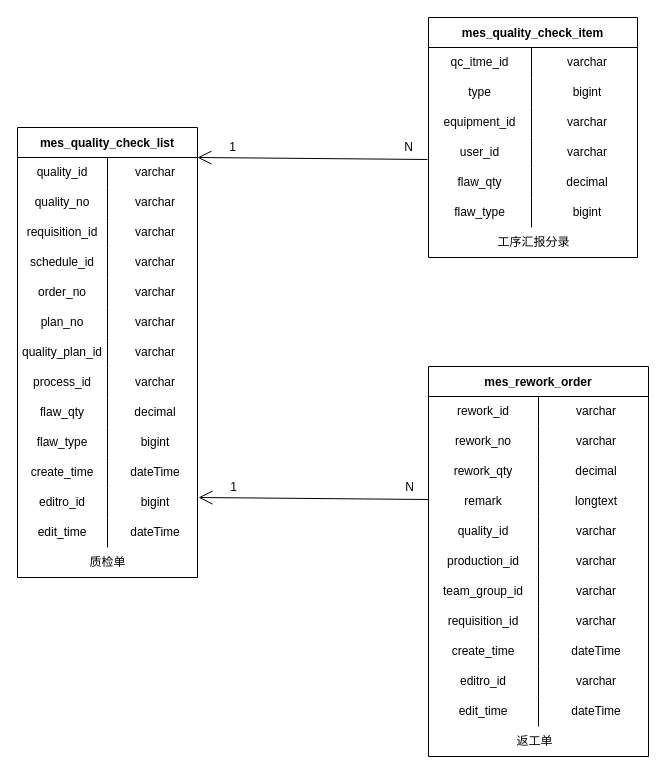
KNAI-I/test keeps this draw.io diagram as page "质检&返工单管理" (2 of 6) of 数据表.drawio. Above is the earlier version. Source tidied: cells renumbered, new cells numbered last; positions are measured from the earlier drawing's top-left corner, leaving out a move shared by most shapes. Both pictures are drawn from the tidied source at 100%, with x=0, y=0 at pixel (17, 17).
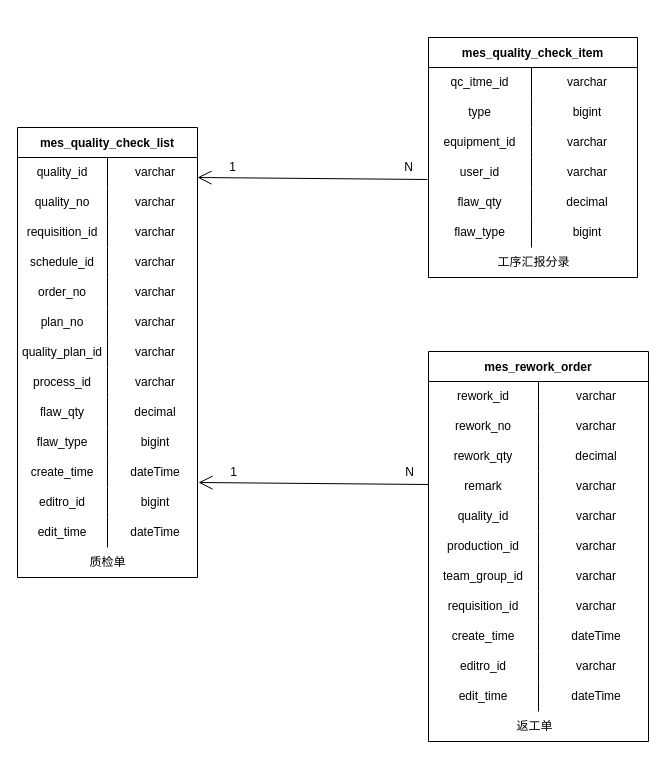
After the change.

The change refers to these unchanged cells:
```xml
<mxCell id="53" style="shape=tableRow;horizontal=0;startSize=0;swimlaneHead=0;swimlaneBody=0;top=0;left=0;bottom=0;right=0;fillColor=none;" parent="43" vertex="1">
  <mxGeometry y="120" width="220" height="30" as="geometry" />
</mxCell>
<mxCell id="88" style="shape=tableRow;horizontal=0;startSize=0;swimlaneHead=0;swimlaneBody=0;top=0;left=0;bottom=0;right=0;fillColor=none;points=[[0,0.5],[1,0.5]];portConstraint=eastwest;" parent="78" vertex="1">
  <mxGeometry y="120" width="209" height="30" as="geometry" />
</mxCell>
```

The edit, as a diff of the source:
```diff
@@
     <mxCell id="43" value="mes_rework_order" style="shape=table;startSize=30;childLayout=tableLayout;rowLines=0;fontStyle=1;" parent="1" vertex="1">
-      <mxGeometry x="411" y="349" width="220" height="390" as="geometry" />
+      <mxGeometry x="411" y="334" width="220" height="390" as="geometry" />
     </mxCell>
@@
-    <mxCell id="55" value="longtext" style="shape=partialRectangle;html=1;whiteSpace=wrap;fillColor=none;top=0;left=0;bottom=0;right=0;align=center;spacingLeft=6;overflow=hidden;" parent="53" vertex="1">
+    <mxCell id="55" value="varchar" style="shape=partialRectangle;html=1;whiteSpace=wrap;fillColor=none;top=0;left=0;bottom=0;right=0;align=center;spacingLeft=6;overflow=hidden;" parent="53" vertex="1">
       <mxGeometry x="110" width="110" height="30" as="geometry" />
     </mxCell>
@@
     <mxCell id="77" value="返工单" style="text;html=1;align=center;verticalAlign=middle;strokeColor=none;fillColor=none;" parent="1" vertex="1">
-      <mxGeometry x="487" y="709" width="60" height="30" as="geometry" />
+      <mxGeometry x="487" y="694" width="60" height="30" as="geometry" />
     </mxCell>
     <mxCell id="78" value="mes_quality_check_item" style="shape=table;startSize=30;childLayout=tableLayout;rowLines=0;fontStyle=1;" parent="1" vertex="1">
-      <mxGeometry x="411" width="209" height="240" as="geometry" />
+      <mxGeometry x="411" y="20" width="209" height="240" as="geometry" />
     </mxCell>
@@
     <mxCell id="97" value="工序汇报分录" style="text;html=1;align=center;verticalAlign=middle;strokeColor=none;fillColor=none;" parent="1" vertex="1">
-      <mxGeometry x="465.5" y="210" width="100" height="30" as="geometry" />
+      <mxGeometry x="465.5" y="230" width="100" height="30" as="geometry" />
     </mxCell>
     <mxCell id="98" style="endArrow=open;endFill=1;endSize=12;html=1;rounded=0;exitX=-0.005;exitY=0.733;exitDx=0;exitDy=0;exitPerimeter=0;" parent="1" edge="1" source="88">
       <mxGeometry relative="1" as="geometry">
-        <mxPoint x="180" y="140" as="targetPoint" />
+        <mxPoint x="180" y="160" as="targetPoint" />
       </mxGeometry>
     </mxCell>
     <mxCell id="99" value="1" style="text;html=1;align=center;verticalAlign=middle;strokeColor=none;fillColor=none;" parent="1" vertex="1">
-      <mxGeometry x="200" y="115" width="30" height="30" as="geometry" />
+      <mxGeometry x="200" y="135" width="30" height="30" as="geometry" />
     </mxCell>
     <mxCell id="100" value="N" style="text;html=1;align=center;verticalAlign=middle;strokeColor=none;fillColor=none;" parent="1" vertex="1">
-      <mxGeometry x="376" y="115" width="30" height="30" as="geometry" />
+      <mxGeometry x="376" y="135" width="30" height="30" as="geometry" />
     </mxCell>
     <mxCell id="101" style="endArrow=open;endFill=1;endSize=12;html=1;rounded=0;exitX=-0.005;exitY=0.733;exitDx=0;exitDy=0;exitPerimeter=0;" parent="1" edge="1">
       <mxGeometry relative="1" as="geometry">
-        <mxPoint x="411" y="482" as="sourcePoint" />
-        <mxPoint x="181" y="480" as="targetPoint" />
+        <mxPoint x="411" y="467" as="sourcePoint" />
+        <mxPoint x="181" y="465" as="targetPoint" />
       </mxGeometry>
     </mxCell>
     <mxCell id="102" value="1" style="text;html=1;align=center;verticalAlign=middle;strokeColor=none;fillColor=none;" parent="1" vertex="1">
-      <mxGeometry x="201" y="455" width="30" height="30" as="geometry" />
+      <mxGeometry x="201" y="440" width="30" height="30" as="geometry" />
     </mxCell>
     <mxCell id="103" value="N" style="text;html=1;align=center;verticalAlign=middle;strokeColor=none;fillColor=none;" parent="1" vertex="1">
-      <mxGeometry x="377" y="455" width="30" height="30" as="geometry" />
+      <mxGeometry x="377" y="440" width="30" height="30" as="geometry" />
     </mxCell>
```
